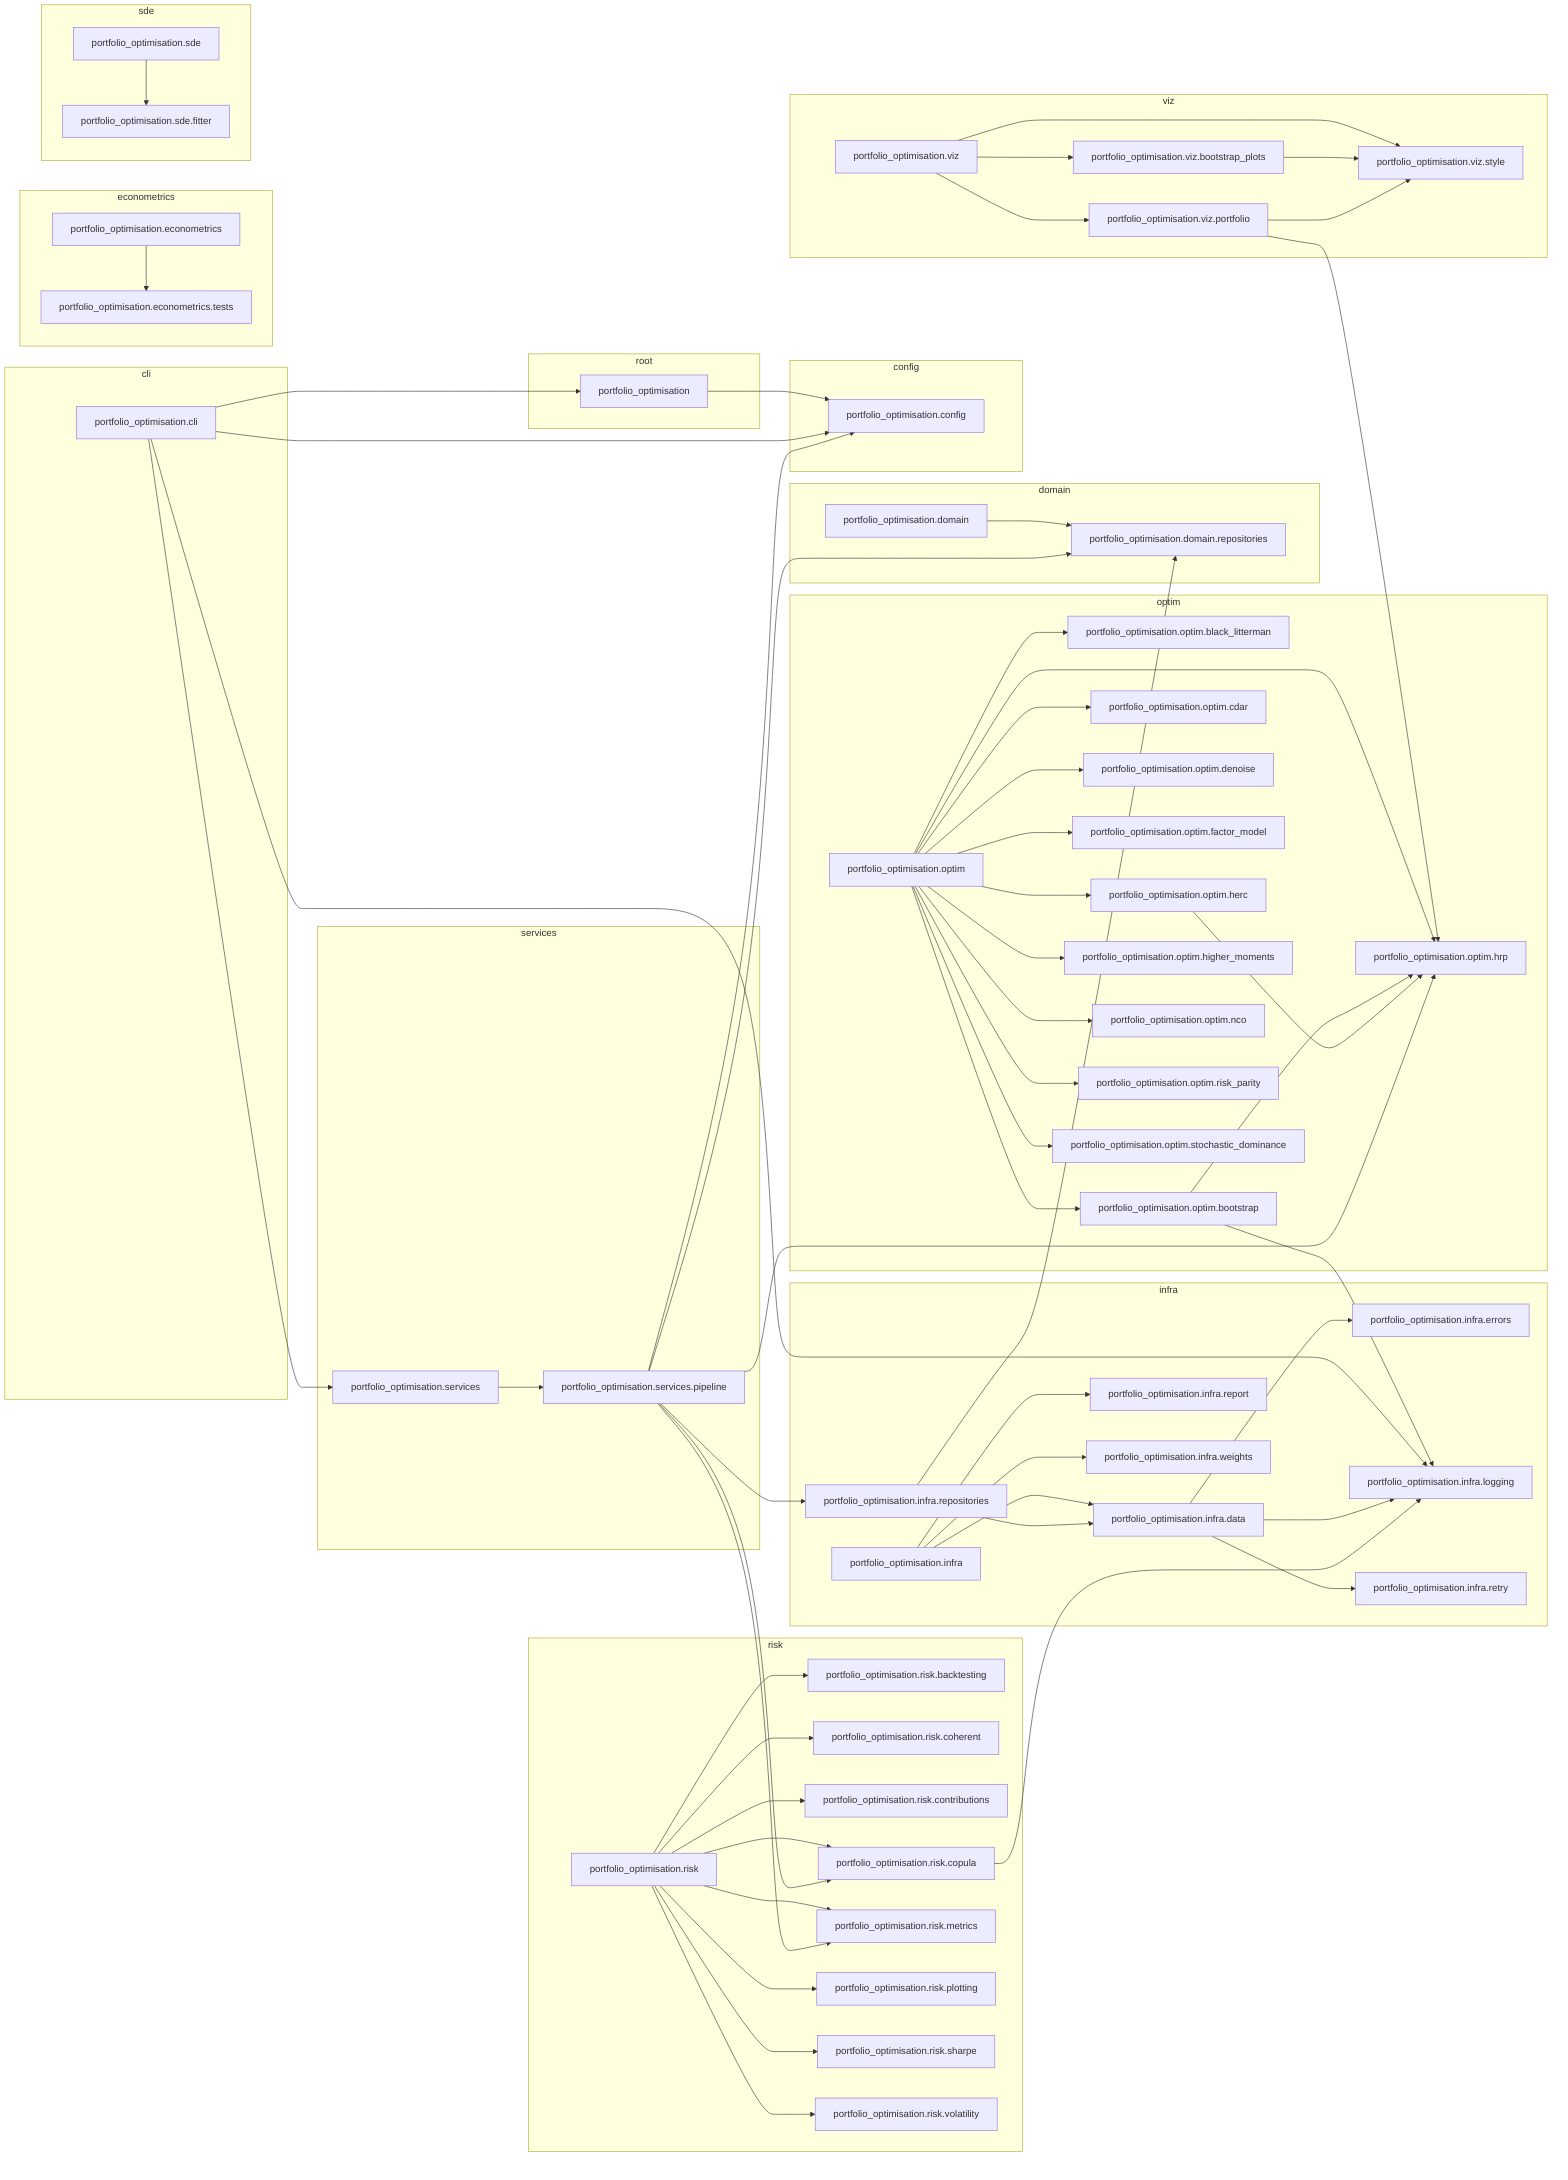
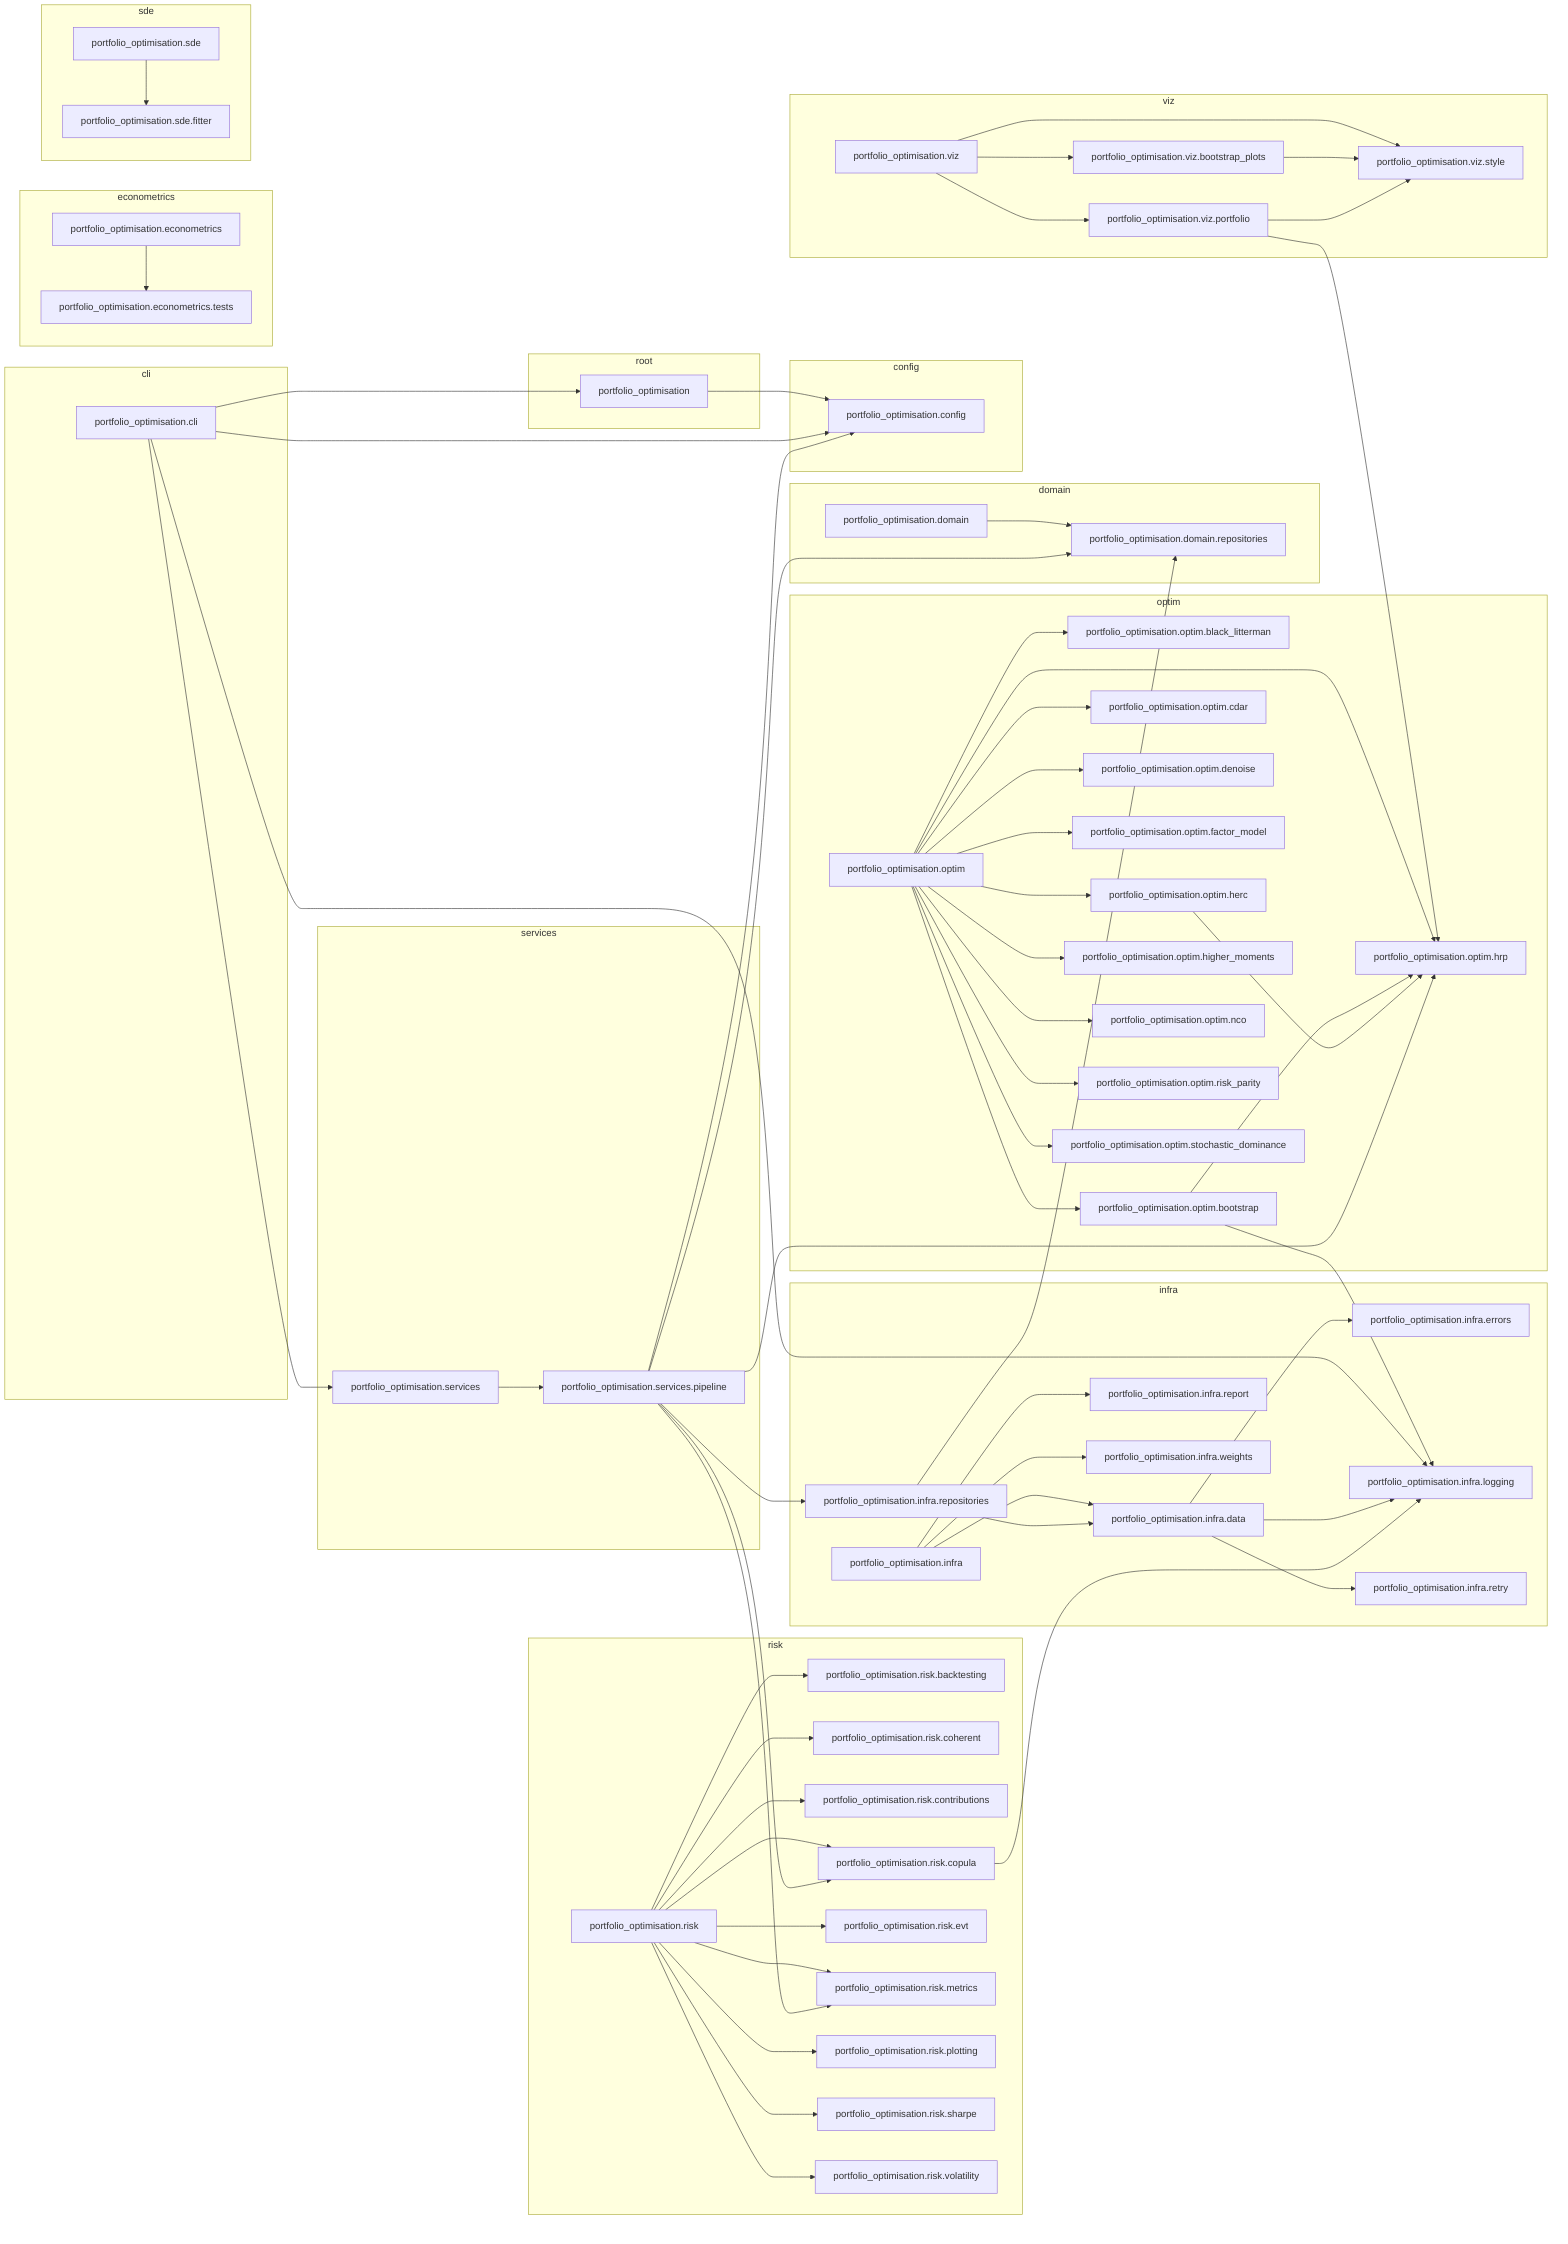
flowchart LR
    subgraph cli
        portfolio_optimisation_cli["portfolio_optimisation.cli"]
    end
    subgraph config
        portfolio_optimisation_config["portfolio_optimisation.config"]
    end
    subgraph domain
        portfolio_optimisation_domain["portfolio_optimisation.domain"]
        portfolio_optimisation_domain_repositories["portfolio_optimisation.domain.repositories"]
    end
    subgraph econometrics
        portfolio_optimisation_econometrics["portfolio_optimisation.econometrics"]
        portfolio_optimisation_econometrics_tests["portfolio_optimisation.econometrics.tests"]
    end
    subgraph infra
        portfolio_optimisation_infra["portfolio_optimisation.infra"]
        portfolio_optimisation_infra_data["portfolio_optimisation.infra.data"]
        portfolio_optimisation_infra_errors["portfolio_optimisation.infra.errors"]
        portfolio_optimisation_infra_logging["portfolio_optimisation.infra.logging"]
        portfolio_optimisation_infra_report["portfolio_optimisation.infra.report"]
        portfolio_optimisation_infra_repositories["portfolio_optimisation.infra.repositories"]
        portfolio_optimisation_infra_retry["portfolio_optimisation.infra.retry"]
        portfolio_optimisation_infra_weights["portfolio_optimisation.infra.weights"]
    end
    subgraph optim
        portfolio_optimisation_optim["portfolio_optimisation.optim"]
        portfolio_optimisation_optim_black_litterman["portfolio_optimisation.optim.black_litterman"]
        portfolio_optimisation_optim_bootstrap["portfolio_optimisation.optim.bootstrap"]
        portfolio_optimisation_optim_cdar["portfolio_optimisation.optim.cdar"]
        portfolio_optimisation_optim_denoise["portfolio_optimisation.optim.denoise"]
        portfolio_optimisation_optim_factor_model["portfolio_optimisation.optim.factor_model"]
        portfolio_optimisation_optim_herc["portfolio_optimisation.optim.herc"]
        portfolio_optimisation_optim_higher_moments["portfolio_optimisation.optim.higher_moments"]
        portfolio_optimisation_optim_hrp["portfolio_optimisation.optim.hrp"]
        portfolio_optimisation_optim_nco["portfolio_optimisation.optim.nco"]
        portfolio_optimisation_optim_risk_parity["portfolio_optimisation.optim.risk_parity"]
        portfolio_optimisation_optim_stochastic_dominance["portfolio_optimisation.optim.stochastic_dominance"]
    end
    subgraph risk
        portfolio_optimisation_risk["portfolio_optimisation.risk"]
        portfolio_optimisation_risk_backtesting["portfolio_optimisation.risk.backtesting"]
        portfolio_optimisation_risk_coherent["portfolio_optimisation.risk.coherent"]
        portfolio_optimisation_risk_contributions["portfolio_optimisation.risk.contributions"]
        portfolio_optimisation_risk_copula["portfolio_optimisation.risk.copula"]
+         portfolio_optimisation_risk_evt["portfolio_optimisation.risk.evt"]
        portfolio_optimisation_risk_metrics["portfolio_optimisation.risk.metrics"]
        portfolio_optimisation_risk_plotting["portfolio_optimisation.risk.plotting"]
        portfolio_optimisation_risk_sharpe["portfolio_optimisation.risk.sharpe"]
        portfolio_optimisation_risk_volatility["portfolio_optimisation.risk.volatility"]
    end
    subgraph root
        portfolio_optimisation["portfolio_optimisation"]
    end
    subgraph sde
        portfolio_optimisation_sde["portfolio_optimisation.sde"]
        portfolio_optimisation_sde_fitter["portfolio_optimisation.sde.fitter"]
    end
    subgraph services
        portfolio_optimisation_services["portfolio_optimisation.services"]
        portfolio_optimisation_services_pipeline["portfolio_optimisation.services.pipeline"]
    end
    subgraph viz
        portfolio_optimisation_viz["portfolio_optimisation.viz"]
        portfolio_optimisation_viz_bootstrap_plots["portfolio_optimisation.viz.bootstrap_plots"]
        portfolio_optimisation_viz_portfolio["portfolio_optimisation.viz.portfolio"]
        portfolio_optimisation_viz_style["portfolio_optimisation.viz.style"]
    end
    portfolio_optimisation --> portfolio_optimisation_config
    portfolio_optimisation_cli --> portfolio_optimisation
    portfolio_optimisation_cli --> portfolio_optimisation_config
    portfolio_optimisation_cli --> portfolio_optimisation_infra_logging
    portfolio_optimisation_cli --> portfolio_optimisation_services
    portfolio_optimisation_domain --> portfolio_optimisation_domain_repositories
    portfolio_optimisation_econometrics --> portfolio_optimisation_econometrics_tests
    portfolio_optimisation_infra --> portfolio_optimisation_infra_data
    portfolio_optimisation_infra --> portfolio_optimisation_infra_report
    portfolio_optimisation_infra --> portfolio_optimisation_infra_weights
    portfolio_optimisation_infra_data --> portfolio_optimisation_infra_errors
    portfolio_optimisation_infra_data --> portfolio_optimisation_infra_logging
    portfolio_optimisation_infra_data --> portfolio_optimisation_infra_retry
    portfolio_optimisation_infra_repositories --> portfolio_optimisation_domain_repositories
    portfolio_optimisation_infra_repositories --> portfolio_optimisation_infra_data
    portfolio_optimisation_optim --> portfolio_optimisation_optim_black_litterman
    portfolio_optimisation_optim --> portfolio_optimisation_optim_bootstrap
    portfolio_optimisation_optim --> portfolio_optimisation_optim_cdar
    portfolio_optimisation_optim --> portfolio_optimisation_optim_denoise
    portfolio_optimisation_optim --> portfolio_optimisation_optim_factor_model
    portfolio_optimisation_optim --> portfolio_optimisation_optim_herc
    portfolio_optimisation_optim --> portfolio_optimisation_optim_higher_moments
    portfolio_optimisation_optim --> portfolio_optimisation_optim_hrp
    portfolio_optimisation_optim --> portfolio_optimisation_optim_nco
    portfolio_optimisation_optim --> portfolio_optimisation_optim_risk_parity
    portfolio_optimisation_optim --> portfolio_optimisation_optim_stochastic_dominance
    portfolio_optimisation_optim_bootstrap --> portfolio_optimisation_infra_logging
    portfolio_optimisation_optim_bootstrap --> portfolio_optimisation_optim_hrp
    portfolio_optimisation_optim_herc --> portfolio_optimisation_optim_hrp
    portfolio_optimisation_risk --> portfolio_optimisation_risk_backtesting
    portfolio_optimisation_risk --> portfolio_optimisation_risk_coherent
    portfolio_optimisation_risk --> portfolio_optimisation_risk_contributions
    portfolio_optimisation_risk --> portfolio_optimisation_risk_copula
+     portfolio_optimisation_risk --> portfolio_optimisation_risk_evt
    portfolio_optimisation_risk --> portfolio_optimisation_risk_metrics
    portfolio_optimisation_risk --> portfolio_optimisation_risk_plotting
    portfolio_optimisation_risk --> portfolio_optimisation_risk_sharpe
    portfolio_optimisation_risk --> portfolio_optimisation_risk_volatility
    portfolio_optimisation_risk_copula --> portfolio_optimisation_infra_logging
    portfolio_optimisation_sde --> portfolio_optimisation_sde_fitter
    portfolio_optimisation_services --> portfolio_optimisation_services_pipeline
    portfolio_optimisation_services_pipeline --> portfolio_optimisation_config
    portfolio_optimisation_services_pipeline --> portfolio_optimisation_domain_repositories
    portfolio_optimisation_services_pipeline --> portfolio_optimisation_infra_repositories
    portfolio_optimisation_services_pipeline --> portfolio_optimisation_optim_hrp
    portfolio_optimisation_services_pipeline --> portfolio_optimisation_risk_copula
    portfolio_optimisation_services_pipeline --> portfolio_optimisation_risk_metrics
    portfolio_optimisation_viz --> portfolio_optimisation_viz_bootstrap_plots
    portfolio_optimisation_viz --> portfolio_optimisation_viz_portfolio
    portfolio_optimisation_viz --> portfolio_optimisation_viz_style
    portfolio_optimisation_viz_bootstrap_plots --> portfolio_optimisation_viz_style
    portfolio_optimisation_viz_portfolio --> portfolio_optimisation_optim_hrp
    portfolio_optimisation_viz_portfolio --> portfolio_optimisation_viz_style
